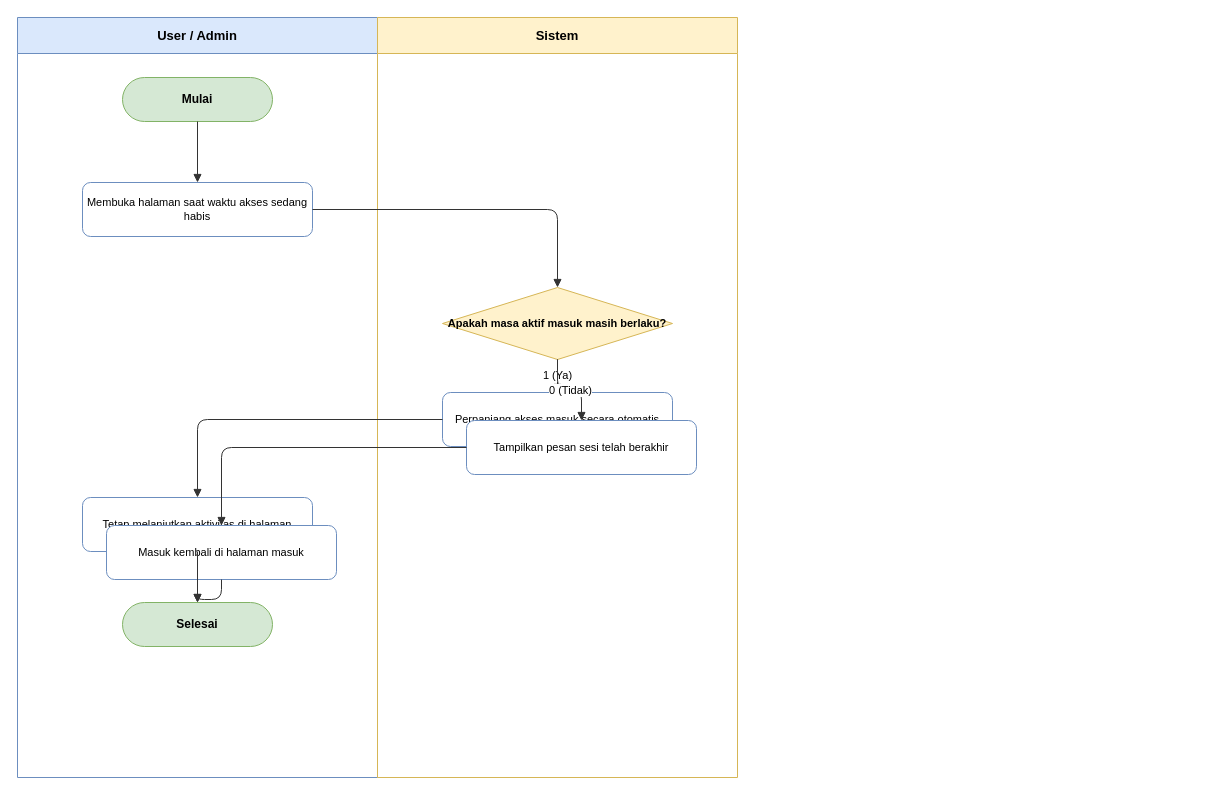
Earlier version of the draw.io diagram docs/diagrams/activity/activity-refresh-token.drawio (dimstyle/ruang-baca). Source tidied: cells renumbered, new cells numbered last; positions are measured from the earlier drawing's top-left corner, leaving out a move shared by most shapes. Both pictures are drawn from the tidied source at 100%, with x=0, y=0 at pixel (17, 17).
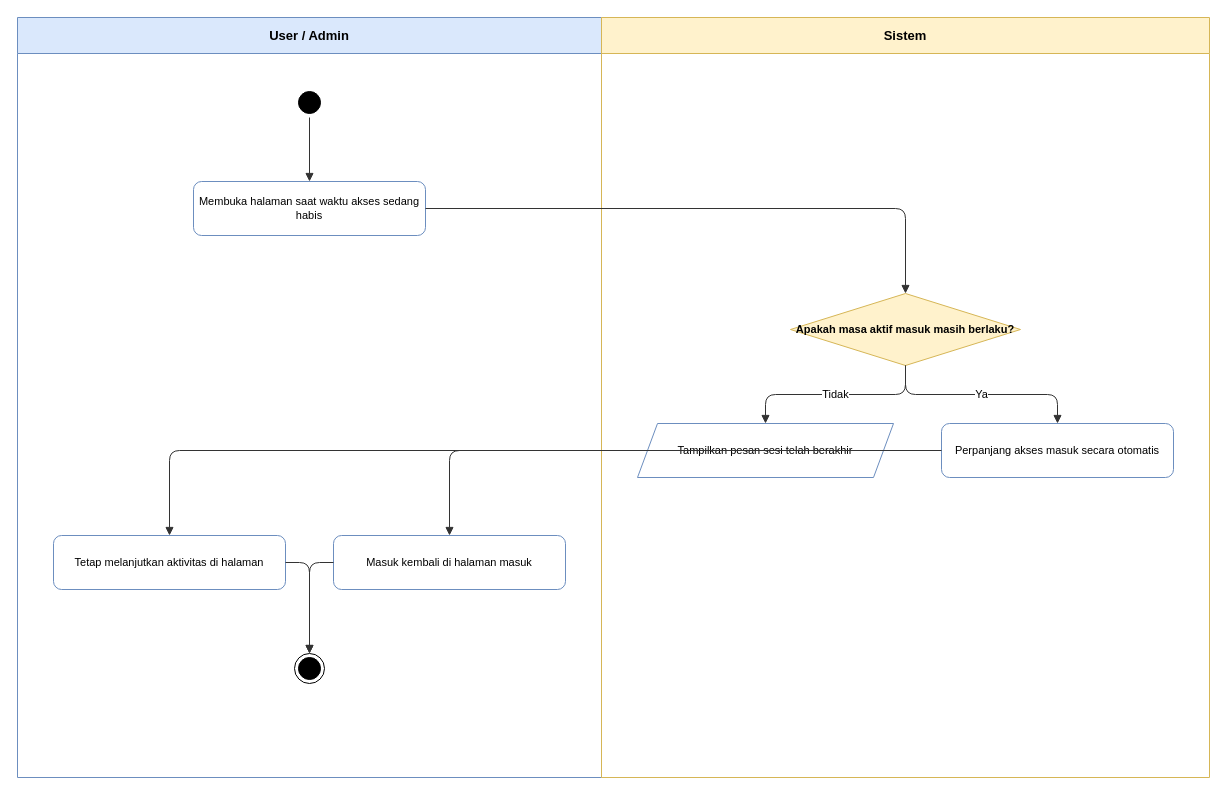
Above is the later version.

Change to the diagram source:
```diff
@@
 <mxGraphModel>
   <root>
     <mxCell id="0" />
     <mxCell id="1" parent="0" />
     <mxCell id="2" value="User / Admin" style="swimlane;whiteSpace=wrap;html=1;startSize=36;fillColor=#dae8fc;strokeColor=#6c8ebf;fontStyle=1;fontSize=13;" parent="1" vertex="1">
-      <mxGeometry width="360" height="760" as="geometry" />
+      <mxGeometry width="584" height="760" as="geometry" />
     </mxCell>
     <mxCell id="3" value="Sistem" style="swimlane;whiteSpace=wrap;html=1;startSize=36;fillColor=#fff2cc;strokeColor=#d6b656;fontStyle=1;fontSize=13;" parent="1" vertex="1">
-      <mxGeometry x="360" width="360" height="760" as="geometry" />
+      <mxGeometry x="584" width="608" height="760" as="geometry" />
     </mxCell>
-    <mxCell id="4" value="Mulai" style="rounded=1;whiteSpace=wrap;html=1;arcSize=50;fillColor=#d5e8d4;strokeColor=#82b366;fontStyle=1;fontSize=12;" parent="2" vertex="1">
-      <mxGeometry x="105" y="60" width="150" height="44" as="geometry" />
+    <mxCell id="4" style="ellipse;html=1;shape=startState;fillColor=#000000;strokeColor=#000000;" parent="2" vertex="1">
+      <mxGeometry x="277" y="70" width="30" height="30" as="geometry" />
     </mxCell>
     <mxCell id="5" value="Membuka halaman saat waktu akses sedang habis" style="rounded=1;whiteSpace=wrap;html=1;fillColor=#ffffff;strokeColor=#6c8ebf;fontSize=11;" parent="2" vertex="1">
-      <mxGeometry x="65" y="165" width="230" height="54" as="geometry" />
+      <mxGeometry x="176" y="164" width="232" height="54" as="geometry" />
     </mxCell>
     <mxCell id="6" value="Tetap melanjutkan aktivitas di halaman" style="rounded=1;whiteSpace=wrap;html=1;fillColor=#ffffff;strokeColor=#6c8ebf;fontSize=11;" parent="2" vertex="1">
-      <mxGeometry x="65" y="480" width="230" height="54" as="geometry" />
+      <mxGeometry x="36" y="518" width="232" height="54" as="geometry" />
     </mxCell>
+    <mxCell id="8" value="Masuk kembali di halaman masuk" style="rounded=1;whiteSpace=wrap;html=1;fillColor=#ffffff;strokeColor=#6c8ebf;fontSize=11;" parent="2" vertex="1">
+      <mxGeometry x="316" y="518" width="232" height="54" as="geometry" />
+    </mxCell>
-    <mxCell id="7" value="Selesai" style="rounded=1;whiteSpace=wrap;html=1;arcSize=50;fillColor=#d5e8d4;strokeColor=#82b366;fontStyle=1;fontSize=12;" parent="2" vertex="1">
-      <mxGeometry x="105" y="585" width="150" height="44" as="geometry" />
+    <mxCell id="7" style="ellipse;html=1;shape=endState;fillColor=#000000;strokeColor=#000000;" parent="2" vertex="1">
+      <mxGeometry x="277" y="636" width="30" height="30" as="geometry" />
     </mxCell>
-    <mxCell id="8" value="Masuk kembali di halaman masuk" style="rounded=1;whiteSpace=wrap;html=1;fillColor=#ffffff;strokeColor=#6c8ebf;fontSize=11;" parent="2" vertex="1">
-      <mxGeometry x="89" y="508" width="230" height="54" as="geometry" />
-    </mxCell>
     <mxCell id="9" value="Apakah masa aktif masuk masih berlaku?" style="rhombus;whiteSpace=wrap;html=1;fillColor=#fff2cc;strokeColor=#d6b656;fontStyle=1;fontSize=11;" parent="3" vertex="1">
-      <mxGeometry x="65" y="270" width="230" height="72" as="geometry" />
+      <mxGeometry x="189" y="276" width="230" height="72" as="geometry" />
     </mxCell>
+    <mxCell id="11" value="Tampilkan pesan sesi telah berakhir" style="shape=parallelogram;perimeter=parallelogramPerimeter;whiteSpace=wrap;html=1;fixedSize=1;fillColor=#ffffff;strokeColor=#6c8ebf;fontSize=11;" parent="3" vertex="1">
+      <mxGeometry x="36" y="406" width="256" height="54" as="geometry" />
+    </mxCell>
     <mxCell id="10" value="Perpanjang akses masuk secara otomatis" style="rounded=1;whiteSpace=wrap;html=1;fillColor=#ffffff;strokeColor=#6c8ebf;fontSize=11;" parent="3" vertex="1">
-      <mxGeometry x="65" y="375" width="230" height="54" as="geometry" />
+      <mxGeometry x="340" y="406" width="232" height="54" as="geometry" />
     </mxCell>
-    <mxCell id="11" value="Tampilkan pesan sesi telah berakhir" style="rounded=1;whiteSpace=wrap;html=1;fillColor=#ffffff;strokeColor=#6c8ebf;fontSize=11;" parent="3" vertex="1">
-      <mxGeometry x="89" y="403" width="230" height="54" as="geometry" />
-    </mxCell>
     <mxCell id="12" style="edgeStyle=orthogonalEdgeStyle;rounded=1;jettySize=auto;html=1;endArrow=block;endFill=1;strokeColor=#333333;fontSize=11;labelBackgroundColor=#ffffff;" parent="1" edge="1" source="4" target="5">
       <mxGeometry relative="1" as="geometry" />
     </mxCell>
     <mxCell id="13" style="edgeStyle=orthogonalEdgeStyle;rounded=1;jettySize=auto;html=1;endArrow=block;endFill=1;strokeColor=#333333;fontSize=11;labelBackgroundColor=#ffffff;" parent="1" edge="1" source="6" target="7">
       <mxGeometry relative="1" as="geometry" />
     </mxCell>
     <mxCell id="14" style="edgeStyle=orthogonalEdgeStyle;rounded=1;jettySize=auto;html=1;endArrow=block;endFill=1;strokeColor=#333333;fontSize=11;labelBackgroundColor=#ffffff;" parent="1" edge="1" source="8" target="7">
       <mxGeometry relative="1" as="geometry" />
     </mxCell>
     <mxCell id="15" style="edgeStyle=orthogonalEdgeStyle;rounded=1;jettySize=auto;html=1;endArrow=block;endFill=1;strokeColor=#333333;fontSize=11;labelBackgroundColor=#ffffff;" parent="1" edge="1" source="5" target="9">
       <mxGeometry relative="1" as="geometry" />
     </mxCell>
-    <mxCell id="16" value="1 (Ya)" style="edgeStyle=orthogonalEdgeStyle;rounded=1;jettySize=auto;html=1;endArrow=block;endFill=1;strokeColor=#333333;fontSize=11;labelBackgroundColor=#ffffff;" parent="1" edge="1" source="9" target="10">
+    <mxCell id="16" value="Ya" style="edgeStyle=orthogonalEdgeStyle;rounded=1;jettySize=auto;html=1;endArrow=block;endFill=1;strokeColor=#333333;fontSize=11;labelBackgroundColor=#ffffff;" parent="1" edge="1" source="9" target="10">
       <mxGeometry relative="1" as="geometry" />
     </mxCell>
     <mxCell id="17" style="edgeStyle=orthogonalEdgeStyle;rounded=1;jettySize=auto;html=1;endArrow=block;endFill=1;strokeColor=#333333;fontSize=11;labelBackgroundColor=#ffffff;" parent="1" edge="1" source="10" target="6">
       <mxGeometry relative="1" as="geometry" />
     </mxCell>
-    <mxCell id="18" value="0 (Tidak)" style="edgeStyle=orthogonalEdgeStyle;rounded=1;jettySize=auto;html=1;endArrow=block;endFill=1;strokeColor=#333333;fontSize=11;labelBackgroundColor=#ffffff;" parent="1" edge="1" source="9" target="11">
+    <mxCell id="18" value="Tidak" style="edgeStyle=orthogonalEdgeStyle;rounded=1;jettySize=auto;html=1;endArrow=block;endFill=1;strokeColor=#333333;fontSize=11;labelBackgroundColor=#ffffff;" parent="1" edge="1" source="9" target="11">
       <mxGeometry relative="1" as="geometry" />
     </mxCell>
     <mxCell id="19" style="edgeStyle=orthogonalEdgeStyle;rounded=1;jettySize=auto;html=1;endArrow=block;endFill=1;strokeColor=#333333;fontSize=11;labelBackgroundColor=#ffffff;" parent="1" edge="1" source="11" target="8">
       <mxGeometry relative="1" as="geometry" />
     </mxCell>
   </root>
 </mxGraphModel>
```
